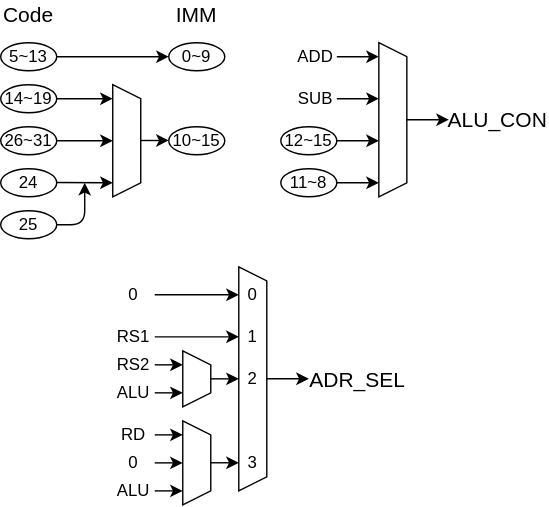
Earlier version of the draw.io export Lab/Computer/Micon/01_CPU/img/decoder.dio.svg (amane-uehara/kanade-k-1228.github.io). Source tidied: cells renumbered, new cells last; positions are measured from the earlier drawing's top-left corner, leaving out a move shared by most shapes.
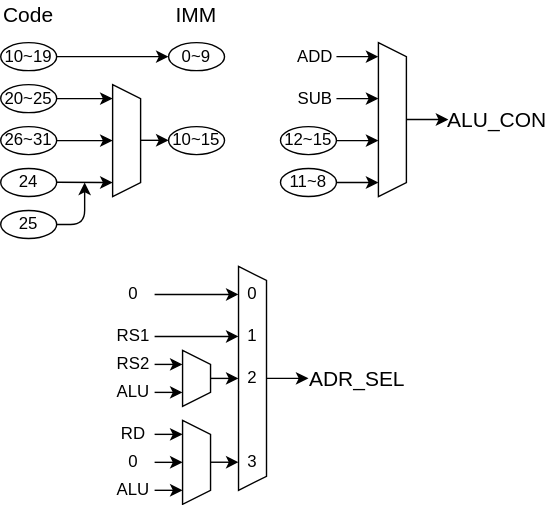
Above is the later version.

What changed in the source:
```diff
@@ -2,10 +2,10 @@
   <root>
     <mxCell id="0" />
     <mxCell id="1" parent="0" />
-    <mxCell id="2" value="5~13" style="ellipse;whiteSpace=wrap;html=1;" parent="1" vertex="1">
+    <mxCell id="2" value="10~19" style="ellipse;whiteSpace=wrap;html=1;" parent="1" vertex="1">
       <mxGeometry y="30" width="40" height="20" as="geometry" />
     </mxCell>
-    <mxCell id="3" value="14~19" style="ellipse;whiteSpace=wrap;html=1;" parent="1" vertex="1">
+    <mxCell id="3" value="20~25" style="ellipse;whiteSpace=wrap;html=1;" parent="1" vertex="1">
       <mxGeometry y="60" width="40" height="20" as="geometry" />
     </mxCell>
     <mxCell id="4" value="26~31" style="ellipse;whiteSpace=wrap;html=1;" parent="1" vertex="1">
```
